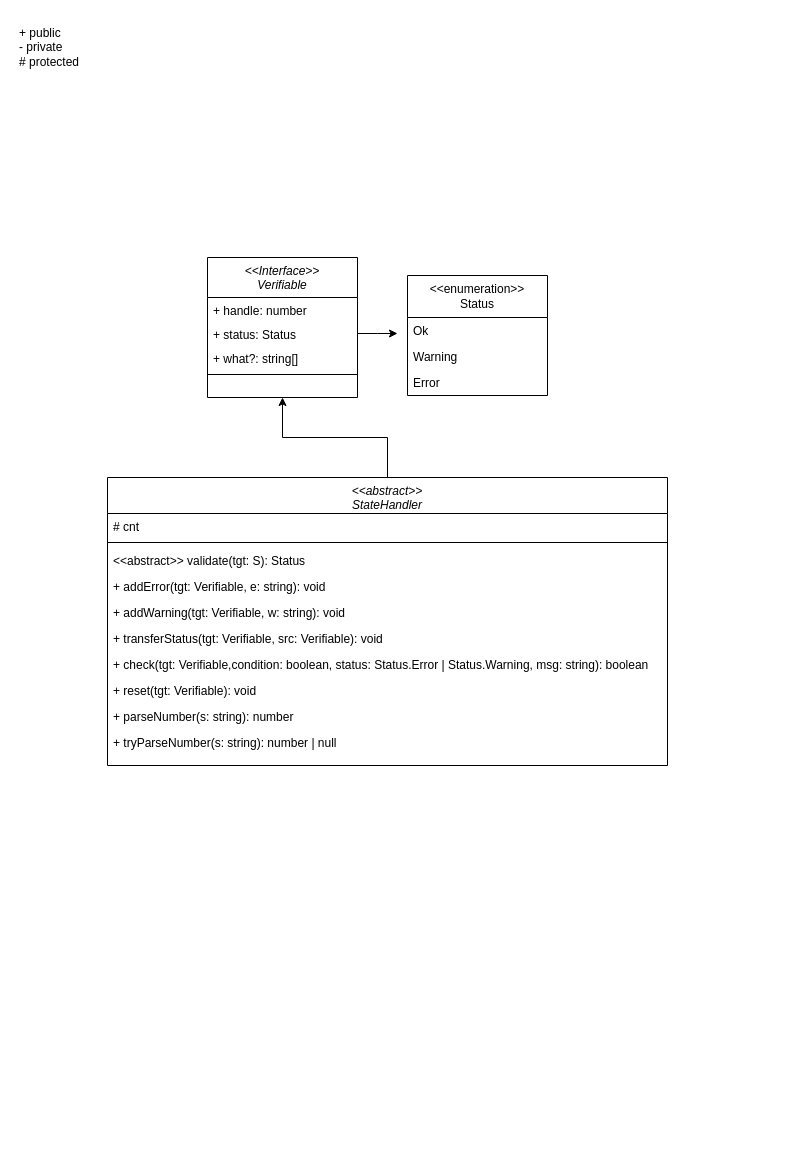
Above: Диаграмма без названия.drawio in orlov-oleg-developer/asuter-UML (draw.io), before the change. Source tidied: cells renumbered, new cells numbered last; positions are measured from the earlier drawing's top-left corner, leaving out a move shared by most shapes. Both pictures are drawn from the tidied source at 100%, with x=0, y=0 at pixel (17, 17).
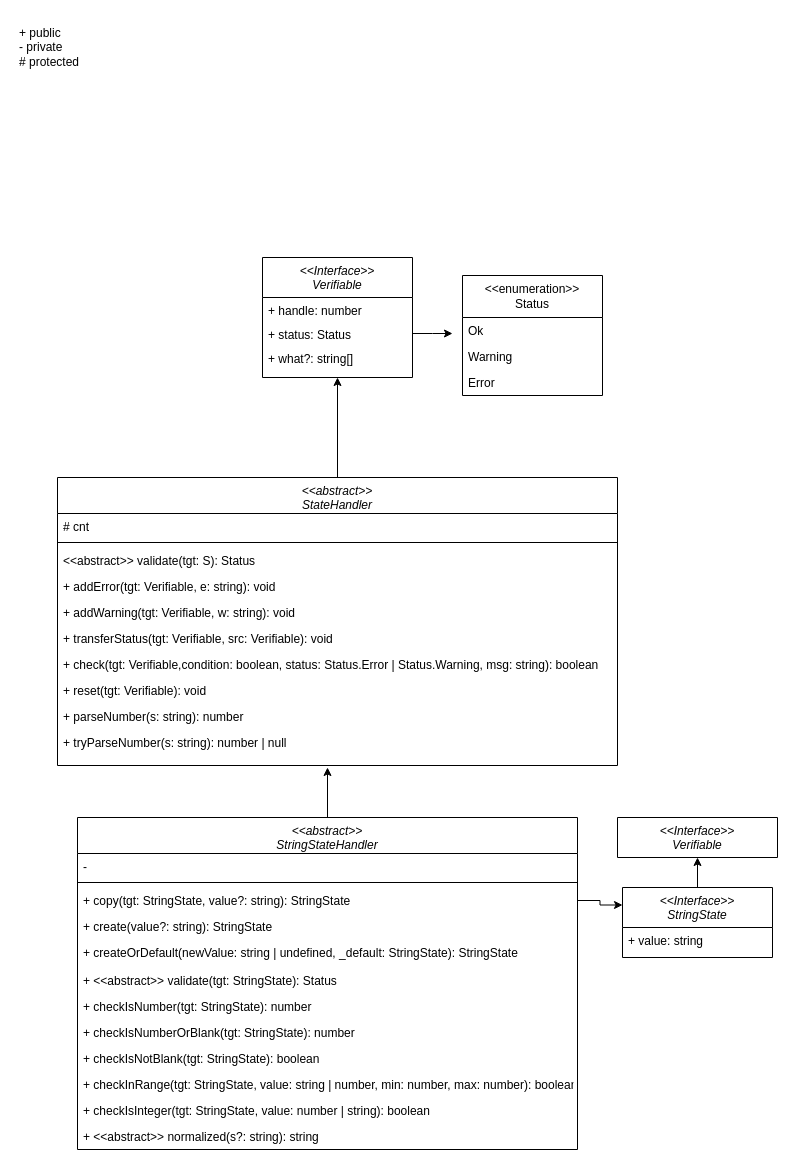
The same page after the edit.

The edit, as a diff of the source:
```diff
@@
     <mxCell id="3" value="&lt;&lt;abstract&gt;&gt;&#10;StateHandler" style="swimlane;fontStyle=2;align=center;verticalAlign=top;horizontal=1;startSize=36;rounded=0;shadow=0;strokeWidth=1;" parent="1" vertex="1">
-      <mxGeometry x="90" y="460" width="560" height="288" as="geometry" />
+      <mxGeometry x="40" y="460" width="560" height="288" as="geometry" />
     </mxCell>
@@
     <mxCell id="15" value="&lt;&lt;Interface&gt;&gt;&#10;Verifiable" style="swimlane;fontStyle=2;align=center;verticalAlign=top;horizontal=1;startSize=40;rounded=0;shadow=0;strokeWidth=1;" parent="1" vertex="1">
-      <mxGeometry x="190" y="240" width="150" height="140" as="geometry" />
+      <mxGeometry x="245" y="240" width="150" height="120" as="geometry" />
     </mxCell>
@@
-    <mxCell id="20" style="line;html=1;strokeWidth=1;align=left;verticalAlign=middle;spacingTop=-1;spacingLeft=3;spacingRight=3;labelPosition=right;" parent="15" vertex="1">
-      <mxGeometry y="112" width="150" height="10" as="geometry" />
-    </mxCell>
     <mxCell id="21" value="&amp;lt;&amp;lt;enumeration&amp;gt;&amp;gt;&lt;br&gt;Status" style="swimlane;fontStyle=0;horizontal=1;startSize=42;fillColor=none;whiteSpace=wrap;html=1;" parent="1" vertex="1">
-      <mxGeometry x="390" y="258" width="140" height="120" as="geometry" />
+      <mxGeometry x="445" y="258" width="140" height="120" as="geometry" />
     </mxCell>
@@
+    <mxCell id="25" style="edgeStyle=orthogonalEdgeStyle;rounded=0;jettySize=auto;html=1;" parent="1" edge="1" source="26">
+      <mxGeometry relative="1" as="geometry">
+        <mxPoint x="310" y="750" as="targetPoint" />
+      </mxGeometry>
+    </mxCell>
+    <mxCell id="26" value="&lt;&lt;abstract&gt;&gt;&#10;StringStateHandler" style="swimlane;fontStyle=2;align=center;verticalAlign=top;horizontal=1;startSize=36;rounded=0;shadow=0;strokeWidth=1;" parent="1" vertex="1">
+      <mxGeometry x="60" y="800" width="500" height="332" as="geometry" />
+    </mxCell>
+    <mxCell id="27" value="-" style="text;align=left;verticalAlign=top;spacingLeft=4;spacingRight=4;overflow=hidden;" parent="26" vertex="1">
+      <mxGeometry y="36" width="500" height="24" as="geometry" />
+    </mxCell>
+    <mxCell id="28" style="line;html=1;strokeWidth=1;align=left;verticalAlign=middle;spacingTop=-1;spacingLeft=3;spacingRight=3;labelPosition=right;" parent="26" vertex="1">
+      <mxGeometry y="60" width="500" height="10" as="geometry" />
+    </mxCell>
+    <mxCell id="29" value="+ copy(tgt: StringState, value?: string): StringState" style="text;align=left;verticalAlign=top;spacingLeft=4;spacingRight=4;overflow=hidden;points=[[0,0.5],[1,0.5]];portConstraint=eastwest;" parent="26" vertex="1">
+      <mxGeometry y="70" width="500" height="26" as="geometry" />
+    </mxCell>
+    <mxCell id="30" value="+ create(value?: string): StringState" style="text;align=left;verticalAlign=top;spacingLeft=4;spacingRight=4;overflow=hidden;" parent="26" vertex="1">
+      <mxGeometry y="96" width="500" height="26" as="geometry" />
+    </mxCell>
+    <mxCell id="31" value="+ createOrDefault(newValue: string | undefined, _default: StringState): StringState" style="text;align=left;verticalAlign=top;spacingLeft=4;spacingRight=4;overflow=hidden;" parent="26" vertex="1">
+      <mxGeometry y="122" width="500" height="28" as="geometry" />
+    </mxCell>
+    <mxCell id="32" value="+ &lt;&lt;abstract&gt;&gt; validate(tgt: StringState): Status" style="text;align=left;verticalAlign=top;spacingLeft=4;spacingRight=4;overflow=hidden;" parent="26" vertex="1">
+      <mxGeometry y="150" width="500" height="26" as="geometry" />
+    </mxCell>
+    <mxCell id="33" value="+ checkIsNumber(tgt: StringState): number" style="text;align=left;verticalAlign=top;spacingLeft=4;spacingRight=4;overflow=hidden;" parent="26" vertex="1">
+      <mxGeometry y="176" width="500" height="26" as="geometry" />
+    </mxCell>
+    <mxCell id="34" value="+ checkIsNumberOrBlank(tgt: StringState): number" style="text;align=left;verticalAlign=top;spacingLeft=4;spacingRight=4;overflow=hidden;" parent="26" vertex="1">
+      <mxGeometry y="202" width="500" height="26" as="geometry" />
+    </mxCell>
+    <mxCell id="35" value="+ checkIsNotBlank(tgt: StringState): boolean" style="text;align=left;verticalAlign=top;spacingLeft=4;spacingRight=4;overflow=hidden;" parent="26" vertex="1">
+      <mxGeometry y="228" width="500" height="26" as="geometry" />
+    </mxCell>
+    <mxCell id="36" value="+ checkInRange(tgt: StringState, value: string | number, min: number, max: number): boolean" style="text;align=left;verticalAlign=top;spacingLeft=4;spacingRight=4;overflow=hidden;" parent="26" vertex="1">
+      <mxGeometry y="254" width="500" height="26" as="geometry" />
+    </mxCell>
+    <mxCell id="37" value="+ checkIsInteger(tgt: StringState, value: number | string): boolean" style="text;align=left;verticalAlign=top;spacingLeft=4;spacingRight=4;overflow=hidden;" parent="26" vertex="1">
+      <mxGeometry y="280" width="500" height="26" as="geometry" />
+    </mxCell>
+    <mxCell id="38" value="+ &lt;&lt;abstract&gt;&gt; normalized(s?: string): string" style="text;align=left;verticalAlign=top;spacingLeft=4;spacingRight=4;overflow=hidden;" parent="26" vertex="1">
+      <mxGeometry y="306" width="500" height="26" as="geometry" />
+    </mxCell>
+    <mxCell id="39" style="edgeStyle=orthogonalEdgeStyle;rounded=0;jettySize=auto;html=1;" parent="1" edge="1" source="40" target="42">
+      <mxGeometry relative="1" as="geometry" />
+    </mxCell>
+    <mxCell id="40" value="&lt;&lt;Interface&gt;&gt;&#10;StringState" style="swimlane;fontStyle=2;align=center;verticalAlign=top;horizontal=1;startSize=40;rounded=0;shadow=0;strokeWidth=1;" parent="1" vertex="1">
+      <mxGeometry x="605" y="870" width="150" height="70" as="geometry" />
+    </mxCell>
+    <mxCell id="41" value="+ value: string" style="text;align=left;verticalAlign=top;spacingLeft=4;spacingRight=4;overflow=hidden;" parent="40" vertex="1">
+      <mxGeometry y="40" width="150" height="24" as="geometry" />
+    </mxCell>
+    <mxCell id="42" value="&lt;&lt;Interface&gt;&gt;&#10;Verifiable" style="swimlane;fontStyle=2;align=center;verticalAlign=top;horizontal=1;startSize=40;rounded=0;shadow=0;strokeWidth=1;" parent="1" vertex="1" collapsed="1">
+      <mxGeometry x="600" y="800" width="160" height="40" as="geometry" />
+    </mxCell>
+    <mxCell id="43" style="edgeStyle=orthogonalEdgeStyle;rounded=0;jettySize=auto;html=1;exitX=1;exitY=0.5;exitDx=0;exitDy=0;entryX=0;entryY=0.25;entryDx=0;entryDy=0;" parent="1" edge="1" source="29" target="40">
+      <mxGeometry relative="1" as="geometry" />
+    </mxCell>
```
